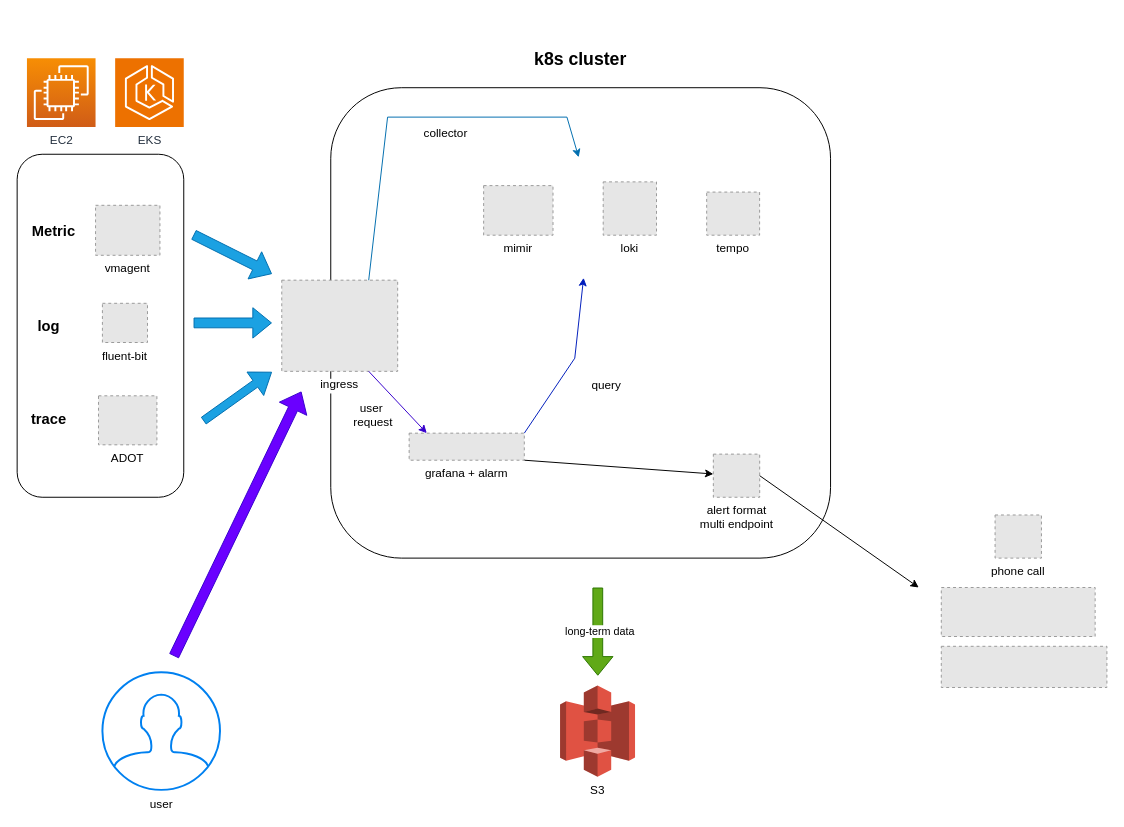
Before: content/docs/projects/grafana_observability_system/images/atchitecture.drawio in owan-io1992/blog, a draw.io diagram. Source tidied: cells renumbered, new cells numbered last; positions are measured from the earlier drawing's top-left corner, leaving out a move shared by most shapes. Both pictures are drawn from the tidied source at 98%, with x=0, y=0 at pixel (17, 58). Pictures stored in the file or linked from it are replaced by grey dashed boxes.
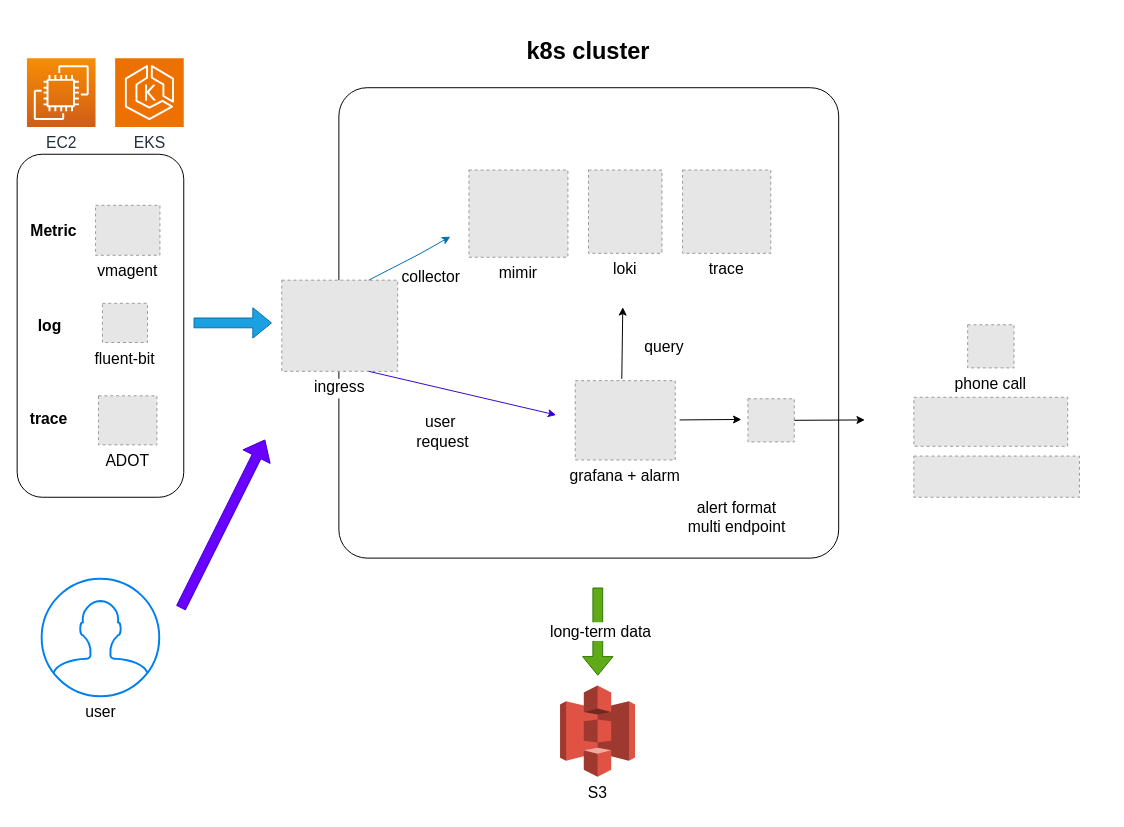
The same diagram, later.

What changed in the source:
```diff
@@
-    <mxCell id="2" value="EC2" style="sketch=0;fontColor=#232F3E;gradientColor=#F78E04;gradientDirection=north;fillColor=#D05C17;strokeColor=#ffffff;dashed=0;verticalLabelPosition=bottom;verticalAlign=top;align=center;html=1;fontSize=12;fontStyle=0;shape=mxgraph.aws4.resourceIcon;resIcon=mxgraph.aws4.ec2;" parent="1" vertex="1">
+    <mxCell id="2" value="EC2" style="sketch=0;fontColor=#232F3E;gradientColor=#F78E04;gradientDirection=north;fillColor=#D05C17;strokeColor=#ffffff;dashed=0;verticalLabelPosition=bottom;verticalAlign=top;align=center;html=1;fontSize=16;fontStyle=0;shape=mxgraph.aws4.resourceIcon;resIcon=mxgraph.aws4.ec2;" parent="1" vertex="1">
       <mxGeometry x="10" width="70" height="70" as="geometry" />
     </mxCell>
-    <mxCell id="3" value="&lt;h2 style=&quot;&quot;&gt;k8s cluster&lt;/h2&gt;" style="rounded=1;whiteSpace=wrap;html=1;align=center;labelPosition=center;verticalLabelPosition=top;verticalAlign=bottom;" parent="1" vertex="1">
-      <mxGeometry x="320" y="30" width="510" height="480" as="geometry" />
+    <mxCell id="3" value="&lt;h2&gt;k8s cluster&lt;/h2&gt;" style="rounded=1;whiteSpace=wrap;html=1;align=center;labelPosition=center;verticalLabelPosition=top;verticalAlign=bottom;fontSize=16;arcSize=6;" parent="1" vertex="1">
+      <mxGeometry x="328.3" y="30" width="510" height="480" as="geometry" />
     </mxCell>
-    <mxCell id="4" value="&lt;h2 style=&quot;&quot;&gt;&lt;br&gt;&lt;/h2&gt;" style="rounded=1;whiteSpace=wrap;html=1;align=center;labelPosition=center;verticalLabelPosition=top;verticalAlign=bottom;" parent="1" vertex="1">
+    <mxCell id="4" value="&lt;h2&gt;&lt;br&gt;&lt;/h2&gt;" style="rounded=1;whiteSpace=wrap;html=1;align=center;labelPosition=center;verticalLabelPosition=top;verticalAlign=bottom;fontSize=16;" parent="1" vertex="1">
       <mxGeometry y="97.9" width="170" height="350" as="geometry" />
     </mxCell>
-    <mxCell id="5" value="Metric" style="text;html=1;align=center;verticalAlign=middle;strokeColor=none;fillColor=none;fontStyle=1;fontSize=15;" parent="1" vertex="1">
-      <mxGeometry x="2" y="160.5" width="70" height="30" as="geometry" />
+    <mxCell id="5" value="Metric" style="text;html=1;align=center;verticalAlign=middle;strokeColor=none;fillColor=none;fontStyle=1;fontSize=16;" parent="1" vertex="1">
+      <mxGeometry x="6" y="160.5" width="62" height="31" as="geometry" />
     </mxCell>
-    <mxCell id="6" value="log" style="text;html=1;align=center;verticalAlign=middle;strokeColor=none;fillColor=none;fontStyle=1;fontSize=15;" parent="1" vertex="1">
-      <mxGeometry x="7" y="257.9" width="50" height="30" as="geometry" />
+    <mxCell id="6" value="log" style="text;html=1;align=center;verticalAlign=middle;strokeColor=none;fillColor=none;fontStyle=1;fontSize=16;" parent="1" vertex="1">
+      <mxGeometry x="13" y="257.9" width="39" height="31" as="geometry" />
     </mxCell>
-    <mxCell id="7" value="fluent-bit" style="fillColor=#E6E6E6;strokeColor=#999999;dashed=1;verticalLabelPosition=bottom;labelBackgroundColor=default;verticalAlign=top;" parent="1" vertex="1">
+    <mxCell id="7" value="fluent-bit" style="fillColor=#E6E6E6;strokeColor=#999999;dashed=1;verticalLabelPosition=bottom;labelBackgroundColor=default;verticalAlign=top;fontSize=16;" parent="1" vertex="1">
       <mxGeometry x="87" y="250" width="46" height="40" as="geometry" />
     </mxCell>
-    <mxCell id="8" style="shape=flexArrow;endArrow=classic;html=1;rounded=0;fillColor=#1ba1e2;strokeColor=#006EAF;" parent="1" edge="1">
+    <mxCell id="8" style="shape=flexArrow;endArrow=classic;html=1;rounded=0;fillColor=#1ba1e2;strokeColor=#006EAF;fontSize=16;" parent="1" edge="1">
       <mxGeometry relative="1" as="geometry">
         <mxPoint x="180" y="270" as="sourcePoint" />
         <mxPoint x="260" y="270" as="targetPoint" />
       </mxGeometry>
     </mxCell>
-    <mxCell id="9" style="shape=flexArrow;endArrow=classic;html=1;rounded=0;fillColor=#1ba1e2;strokeColor=#006EAF;" parent="1" edge="1">
-      <mxGeometry relative="1" as="geometry">
-        <mxPoint x="180" y="180" as="sourcePoint" />
-        <mxPoint x="260" y="220" as="targetPoint" />
-      </mxGeometry>
-    </mxCell>
-    <mxCell id="10" value="S3" style="dashed=0;verticalLabelPosition=bottom;verticalAlign=top;align=center;html=1;shape=mxgraph.aws3.s3;fillColor=#E05243;gradientColor=none;" parent="1" vertex="1">
+    <mxCell id="10" value="S3" style="dashed=0;verticalLabelPosition=bottom;verticalAlign=top;align=center;html=1;shape=mxgraph.aws3.s3;fillColor=#E05243;gradientColor=none;fontSize=16;" parent="1" vertex="1">
       <mxGeometry x="554" y="640" width="76.5" height="93" as="geometry" />
     </mxCell>
-    <mxCell id="11" value="&amp;nbsp;long-term data" style="shape=flexArrow;endArrow=classic;html=1;rounded=0;fillColor=#60a917;strokeColor=#2D7600;" parent="1" edge="1">
+    <mxCell id="11" value="&amp;nbsp;long-term data" style="shape=flexArrow;endArrow=classic;html=1;rounded=0;fillColor=#60a917;strokeColor=#2D7600;fontSize=16;" parent="1" edge="1">
       <mxGeometry relative="1" as="geometry">
         <mxPoint x="592.5" y="540" as="sourcePoint" />
         <mxPoint x="592.5" y="630" as="targetPoint" />
       </mxGeometry>
     </mxCell>
-    <mxCell id="12" style="fillColor=#E6E6E6;strokeColor=#999999;dashed=1;verticalLabelPosition=bottom;labelBackgroundColor=default;verticalAlign=top;" parent="1" vertex="1">
-      <mxGeometry x="710.4" y="403.9" width="47.3" height="44" as="geometry" />
+    <mxCell id="12" style="fillColor=#E6E6E6;strokeColor=#999999;dashed=1;verticalLabelPosition=bottom;labelBackgroundColor=default;verticalAlign=top;fontSize=16;" parent="1" vertex="1">
+      <mxGeometry x="745.7" y="347.4" width="47.3" height="44" as="geometry" />
     </mxCell>
-    <mxCell id="13" style="fillColor=#E6E6E6;strokeColor=#999999;dashed=1;verticalLabelPosition=bottom;labelBackgroundColor=default;verticalAlign=top;" parent="1" vertex="1">
-      <mxGeometry x="943" y="540" width="157" height="50" as="geometry" />
+    <mxCell id="13" style="fillColor=#E6E6E6;strokeColor=#999999;dashed=1;verticalLabelPosition=bottom;labelBackgroundColor=default;verticalAlign=top;fontSize=16;" parent="1" vertex="1">
+      <mxGeometry x="915" y="345.9" width="157" height="50" as="geometry" />
     </mxCell>
-    <mxCell id="14" style="endArrow=classic;html=1;rounded=0;exitX=1;exitY=0.5;exitDx=0;exitDy=0;" parent="1" edge="1" source="12">
+    <mxCell id="14" style="endArrow=classic;html=1;rounded=0;exitX=1;exitY=0.5;exitDx=0;exitDy=0;fontSize=16;" parent="1" edge="1" source="12">
       <mxGeometry relative="1" as="geometry">
-        <mxPoint x="920" y="540" as="targetPoint" />
+        <mxPoint x="865" y="369" as="targetPoint" />
       </mxGeometry>
     </mxCell>
-    <mxCell id="15" style="endArrow=classic;html=1;rounded=0;exitX=1;exitY=1;exitDx=0;exitDy=0;" parent="1" edge="1" source="33" target="12">
-      <mxGeometry relative="1" as="geometry" />
+    <mxCell id="15" style="endArrow=classic;html=1;rounded=0;fontSize=16;" parent="1" edge="1">
+      <mxGeometry relative="1" as="geometry">
+        <mxPoint x="676" y="369" as="sourcePoint" />
+        <mxPoint x="739" y="368.5" as="targetPoint" />
+      </mxGeometry>
     </mxCell>
-    <mxCell id="16" style="shape=flexArrow;endArrow=classic;html=1;rounded=0;fillColor=#1ba1e2;strokeColor=#006EAF;width=8.333333333333334;endSize=6.441666666666667;" parent="1" edge="1">
-      <mxGeometry relative="1" as="geometry">
-        <mxPoint x="190" y="370" as="sourcePoint" />
-        <mxPoint x="260" y="320" as="targetPoint" />
-      </mxGeometry>
-    </mxCell>
-    <mxCell id="17" value="vmagent" style="fillColor=#E6E6E6;strokeColor=#999999;dashed=1;verticalLabelPosition=bottom;labelBackgroundColor=default;verticalAlign=top;" parent="1" vertex="1">
+    <mxCell id="17" value="vmagent" style="fillColor=#E6E6E6;strokeColor=#999999;dashed=1;verticalLabelPosition=bottom;labelBackgroundColor=default;verticalAlign=top;fontSize=16;" parent="1" vertex="1">
       <mxGeometry x="80" y="150" width="65.7" height="51" as="geometry" />
     </mxCell>
-    <mxCell id="18" value="trace" style="text;html=1;align=center;verticalAlign=middle;strokeColor=none;fillColor=none;fontStyle=1;fontSize=15;" parent="1" vertex="1">
-      <mxGeometry x="2" y="352.5" width="60" height="30" as="geometry" />
+    <mxCell id="18" value="trace" style="text;html=1;align=center;verticalAlign=middle;strokeColor=none;fillColor=none;fontStyle=1;fontSize=16;" parent="1" vertex="1">
+      <mxGeometry x="5" y="352.5" width="54" height="31" as="geometry" />
     </mxCell>
-    <mxCell id="19" value="ingress" style="fillColor=#E6E6E6;strokeColor=#999999;dashed=1;verticalLabelPosition=bottom;labelBackgroundColor=default;verticalAlign=top;" parent="1" vertex="1">
+    <mxCell id="19" value="ingress" style="fillColor=#E6E6E6;strokeColor=#999999;dashed=1;verticalLabelPosition=bottom;labelBackgroundColor=default;verticalAlign=top;fontSize=16;" parent="1" vertex="1">
       <mxGeometry x="270" y="226.4" width="118.3" height="93" as="geometry" />
     </mxCell>
-    <mxCell id="20" style="shape=flexArrow;endArrow=classic;html=1;rounded=0;fillColor=#6a00ff;strokeColor=#3700CC;" parent="1" edge="1">
+    <mxCell id="20" style="shape=flexArrow;endArrow=classic;html=1;rounded=0;fillColor=#6a00ff;strokeColor=#3700CC;fontSize=16;" parent="1" edge="1">
       <mxGeometry relative="1" as="geometry">
-        <mxPoint x="160" y="610" as="sourcePoint" />
-        <mxPoint x="290" y="340" as="targetPoint" />
+        <mxPoint x="167" y="561" as="sourcePoint" />
+        <mxPoint x="253" y="389" as="targetPoint" />
       </mxGeometry>
     </mxCell>
-    <mxCell id="21" style="endArrow=classic;html=1;rounded=0;exitX=0.75;exitY=1;exitDx=0;exitDy=0;fillColor=#6a00ff;strokeColor=#3700CC;" parent="1" edge="1" source="19">
+    <mxCell id="21" style="endArrow=classic;html=1;rounded=0;exitX=0.75;exitY=1;exitDx=0;exitDy=0;fillColor=#6a00ff;strokeColor=#3700CC;fontSize=16;" parent="1" edge="1" source="19">
       <mxGeometry relative="1" as="geometry">
-        <mxPoint x="418" y="382.5" as="targetPoint" />
+        <mxPoint x="550" y="364" as="targetPoint" />
       </mxGeometry>
     </mxCell>
-    <mxCell id="22" style="endArrow=classic;html=1;rounded=0;fillColor=#0050ef;strokeColor=#001DBC;exitX=1;exitY=0;exitDx=0;exitDy=0;" parent="1" edge="1" source="33">
-      <mxGeometry relative="1" as="geometry">
-        <mxPoint x="578" y="224" as="targetPoint" />
-        <Array as="points">
-          <mxPoint x="569" y="306" />
-        </Array>
-      </mxGeometry>
-    </mxCell>
-    <mxCell id="23" style="fillColor=#E6E6E6;strokeColor=#999999;dashed=1;verticalLabelPosition=bottom;labelBackgroundColor=default;verticalAlign=top;" parent="1" vertex="1">
-      <mxGeometry x="943" y="600" width="169" height="42" as="geometry" />
+    <mxCell id="23" style="fillColor=#E6E6E6;strokeColor=#999999;dashed=1;verticalLabelPosition=bottom;labelBackgroundColor=default;verticalAlign=top;fontSize=16;" parent="1" vertex="1">
+      <mxGeometry x="915" y="405.9" width="169" height="42" as="geometry" />
     </mxCell>
-    <mxCell id="24" value="&lt;span style=&quot;background-color: rgb(255, 255, 255);&quot;&gt;alert&amp;nbsp;&lt;/span&gt;&lt;span style=&quot;background-color: rgb(255, 255, 255);&quot;&gt;format&lt;/span&gt;&lt;br style=&quot;padding: 0px; margin: 0px;&quot;&gt;&lt;span style=&quot;background-color: rgb(255, 255, 255);&quot;&gt;multi endpoint&lt;/span&gt;" style="text;html=1;align=center;verticalAlign=middle;strokeColor=none;fillColor=none;" parent="1" vertex="1">
-      <mxGeometry x="684" y="447.9" width="100" height="40" as="geometry" />
+    <mxCell id="24" value="&lt;span style=&quot;background-color: rgb(255, 255, 255);&quot;&gt;alert&amp;nbsp;&lt;/span&gt;&lt;span style=&quot;background-color: rgb(255, 255, 255);&quot;&gt;format&lt;/span&gt;&lt;br style=&quot;padding: 0px; margin: 0px;&quot;&gt;&lt;span style=&quot;background-color: rgb(255, 255, 255);&quot;&gt;multi endpoint&lt;/span&gt;" style="text;html=1;align=center;verticalAlign=middle;strokeColor=none;fillColor=none;fontSize=16;" parent="1" vertex="1">
+      <mxGeometry x="675" y="442.9" width="118" height="50" as="geometry" />
     </mxCell>
-    <mxCell id="25" value="tempo" style="fillColor=#E6E6E6;strokeColor=#999999;dashed=1;verticalLabelPosition=bottom;labelBackgroundColor=default;verticalAlign=top;" parent="1" vertex="1">
-      <mxGeometry x="703.6" y="136.5" width="54" height="44" as="geometry" />
-    </mxCell>
-    <mxCell id="26" value="collector" style="text;html=1;align=center;verticalAlign=middle;strokeColor=none;fillColor=none;" parent="1" vertex="1">
-      <mxGeometry x="402" y="62" width="70" height="30" as="geometry" />
+    <mxCell id="26" value="collector" style="text;html=1;align=center;verticalAlign=middle;strokeColor=none;fillColor=none;fontSize=16;" parent="1" vertex="1">
+      <mxGeometry x="383" y="207" width="78" height="31" as="geometry" />
     </mxCell>
-    <mxCell id="27" value="query" style="text;html=1;align=center;verticalAlign=middle;strokeColor=none;fillColor=none;" parent="1" vertex="1">
-      <mxGeometry x="575.8" y="319.4" width="50" height="30" as="geometry" />
+    <mxCell id="27" value="query" style="text;html=1;align=center;verticalAlign=middle;strokeColor=none;fillColor=none;fontSize=16;" parent="1" vertex="1">
+      <mxGeometry x="630.5" y="278.4" width="58" height="31" as="geometry" />
     </mxCell>
-    <mxCell id="28" value="user&amp;nbsp;&lt;div&gt;request&lt;/div&gt;" style="text;html=1;align=center;verticalAlign=middle;strokeColor=none;fillColor=none;" parent="1" vertex="1">
-      <mxGeometry x="333.3" y="344.4" width="60" height="40" as="geometry" />
+    <mxCell id="28" value="user&amp;nbsp;&lt;div&gt;request&lt;/div&gt;" style="text;html=1;align=center;verticalAlign=middle;strokeColor=none;fillColor=none;fontSize=16;" parent="1" vertex="1">
+      <mxGeometry x="398" y="355.9" width="71" height="50" as="geometry" />
     </mxCell>
-    <mxCell id="29" value="phone call" style="fillColor=#E6E6E6;strokeColor=#999999;dashed=1;verticalLabelPosition=bottom;labelBackgroundColor=default;verticalAlign=top;" parent="1" vertex="1">
-      <mxGeometry x="997.9" y="466" width="47.3" height="44" as="geometry" />
+    <mxCell id="29" value="phone call" style="fillColor=#E6E6E6;strokeColor=#999999;dashed=1;verticalLabelPosition=bottom;labelBackgroundColor=default;verticalAlign=top;fontSize=16;" parent="1" vertex="1">
+      <mxGeometry x="969.9" y="271.9" width="47.3" height="44" as="geometry" />
     </mxCell>
-    <mxCell id="30" value="user" style="html=1;verticalLabelPosition=bottom;align=center;labelBackgroundColor=#ffffff;verticalAlign=top;strokeWidth=2;strokeColor=#0080F0;shadow=0;dashed=0;shape=mxgraph.ios7.icons.user;" parent="1" vertex="1">
-      <mxGeometry x="87" y="626.5" width="120" height="120" as="geometry" />
+    <mxCell id="30" value="user" style="html=1;verticalLabelPosition=bottom;align=center;labelBackgroundColor=#ffffff;verticalAlign=top;strokeWidth=2;strokeColor=#0080F0;shadow=0;dashed=0;shape=mxgraph.ios7.icons.user;fontSize=16;" parent="1" vertex="1">
+      <mxGeometry x="25" y="531" width="120" height="120" as="geometry" />
     </mxCell>
-    <mxCell id="31" value="EKS" style="sketch=0;fontColor=#232F3E;fillColor=#ED7100;strokeColor=#ffffff;dashed=0;verticalLabelPosition=bottom;verticalAlign=top;align=center;html=1;fontSize=12;fontStyle=0;shape=mxgraph.aws4.resourceIcon;resIcon=mxgraph.aws4.eks;" parent="1" vertex="1">
+    <mxCell id="31" value="EKS" style="sketch=0;fontColor=#232F3E;fillColor=#ED7100;strokeColor=#ffffff;dashed=0;verticalLabelPosition=bottom;verticalAlign=top;align=center;html=1;fontSize=16;fontStyle=0;shape=mxgraph.aws4.resourceIcon;resIcon=mxgraph.aws4.eks;" parent="1" vertex="1">
       <mxGeometry x="100" width="70" height="70" as="geometry" />
     </mxCell>
-    <mxCell id="32" value="ADOT" style="fillColor=#E6E6E6;strokeColor=#999999;dashed=1;verticalLabelPosition=bottom;labelBackgroundColor=default;verticalAlign=top;" parent="1" vertex="1">
+    <mxCell id="32" value="ADOT" style="fillColor=#E6E6E6;strokeColor=#999999;dashed=1;verticalLabelPosition=bottom;labelBackgroundColor=default;verticalAlign=top;fontSize=16;" parent="1" vertex="1">
       <mxGeometry x="83" y="344.4" width="59.6" height="50" as="geometry" />
     </mxCell>
+    <mxCell id="34" style="endArrow=classic;html=1;rounded=0;exitX=0.75;exitY=0;exitDx=0;exitDy=0;fillColor=#1ba1e2;strokeColor=#006EAF;fontSize=16;" parent="1" edge="1" source="19">
+      <mxGeometry relative="1" as="geometry">
+        <mxPoint x="442" y="182" as="targetPoint" />
+        <Array as="points">
+          <mxPoint x="410" y="200" />
+        </Array>
+      </mxGeometry>
+    </mxCell>
-    <mxCell id="33" value="grafana + alarm" style="fillColor=#E6E6E6;strokeColor=#999999;dashed=1;verticalLabelPosition=bottom;labelBackgroundColor=default;verticalAlign=top;" parent="1" vertex="1">
-      <mxGeometry x="400" y="382.5" width="117.5" height="27.6" as="geometry" />
+    <mxCell id="33" value="grafana + alarm" style="fillColor=#E6E6E6;strokeColor=#999999;dashed=1;verticalLabelPosition=bottom;labelBackgroundColor=default;verticalAlign=top;fontSize=16;" parent="1" vertex="1">
+      <mxGeometry x="569.5" y="328.9" width="102" height="81" as="geometry" />
     </mxCell>
-    <mxCell id="34" style="endArrow=classic;html=1;rounded=0;exitX=0.75;exitY=0;exitDx=0;exitDy=0;fillColor=#1ba1e2;strokeColor=#006EAF;" parent="1" edge="1" source="19">
-      <mxGeometry relative="1" as="geometry">
-        <mxPoint x="573" y="101" as="targetPoint" />
-        <Array as="points">
-          <mxPoint x="378" y="60" />
-          <mxPoint x="561" y="60" />
-        </Array>
-      </mxGeometry>
-    </mxCell>
-    <mxCell id="35" value="mimir" style="fillColor=#E6E6E6;strokeColor=#999999;dashed=1;verticalLabelPosition=bottom;labelBackgroundColor=default;verticalAlign=top;" parent="1" vertex="1">
-      <mxGeometry x="476" y="129.9" width="70.8" height="50.6" as="geometry" />
+    <mxCell id="35" value="mimir" style="fillColor=#E6E6E6;strokeColor=#999999;dashed=1;verticalLabelPosition=bottom;labelBackgroundColor=default;verticalAlign=top;fontSize=16;" parent="1" vertex="1">
+      <mxGeometry x="461" y="114" width="101" height="89" as="geometry" />
     </mxCell>
-    <mxCell id="36" value="loki" style="fillColor=#E6E6E6;strokeColor=#999999;dashed=1;verticalLabelPosition=bottom;labelBackgroundColor=default;verticalAlign=top;" parent="1" vertex="1">
-      <mxGeometry x="598" y="126.1" width="54.4" height="54.4" as="geometry" />
+    <mxCell id="36" value="loki" style="fillColor=#E6E6E6;strokeColor=#999999;dashed=1;verticalLabelPosition=bottom;labelBackgroundColor=default;verticalAlign=top;fontSize=16;" parent="1" vertex="1">
+      <mxGeometry x="583" y="114" width="75" height="85" as="geometry" />
     </mxCell>
+    <mxCell id="37" value="trace" style="fillColor=#E6E6E6;strokeColor=#999999;dashed=1;verticalLabelPosition=bottom;labelBackgroundColor=default;verticalAlign=top;fontSize=16;" parent="1" vertex="1">
+      <mxGeometry x="679" y="114" width="90" height="85" as="geometry" />
+    </mxCell>
+    <mxCell id="38" style="endArrow=classic;html=1;rounded=0;fontSize=16;" parent="1" edge="1">
+      <mxGeometry relative="1" as="geometry">
+        <mxPoint x="617" y="327" as="sourcePoint" />
+        <mxPoint x="618" y="254" as="targetPoint" />
+      </mxGeometry>
+    </mxCell>
```
